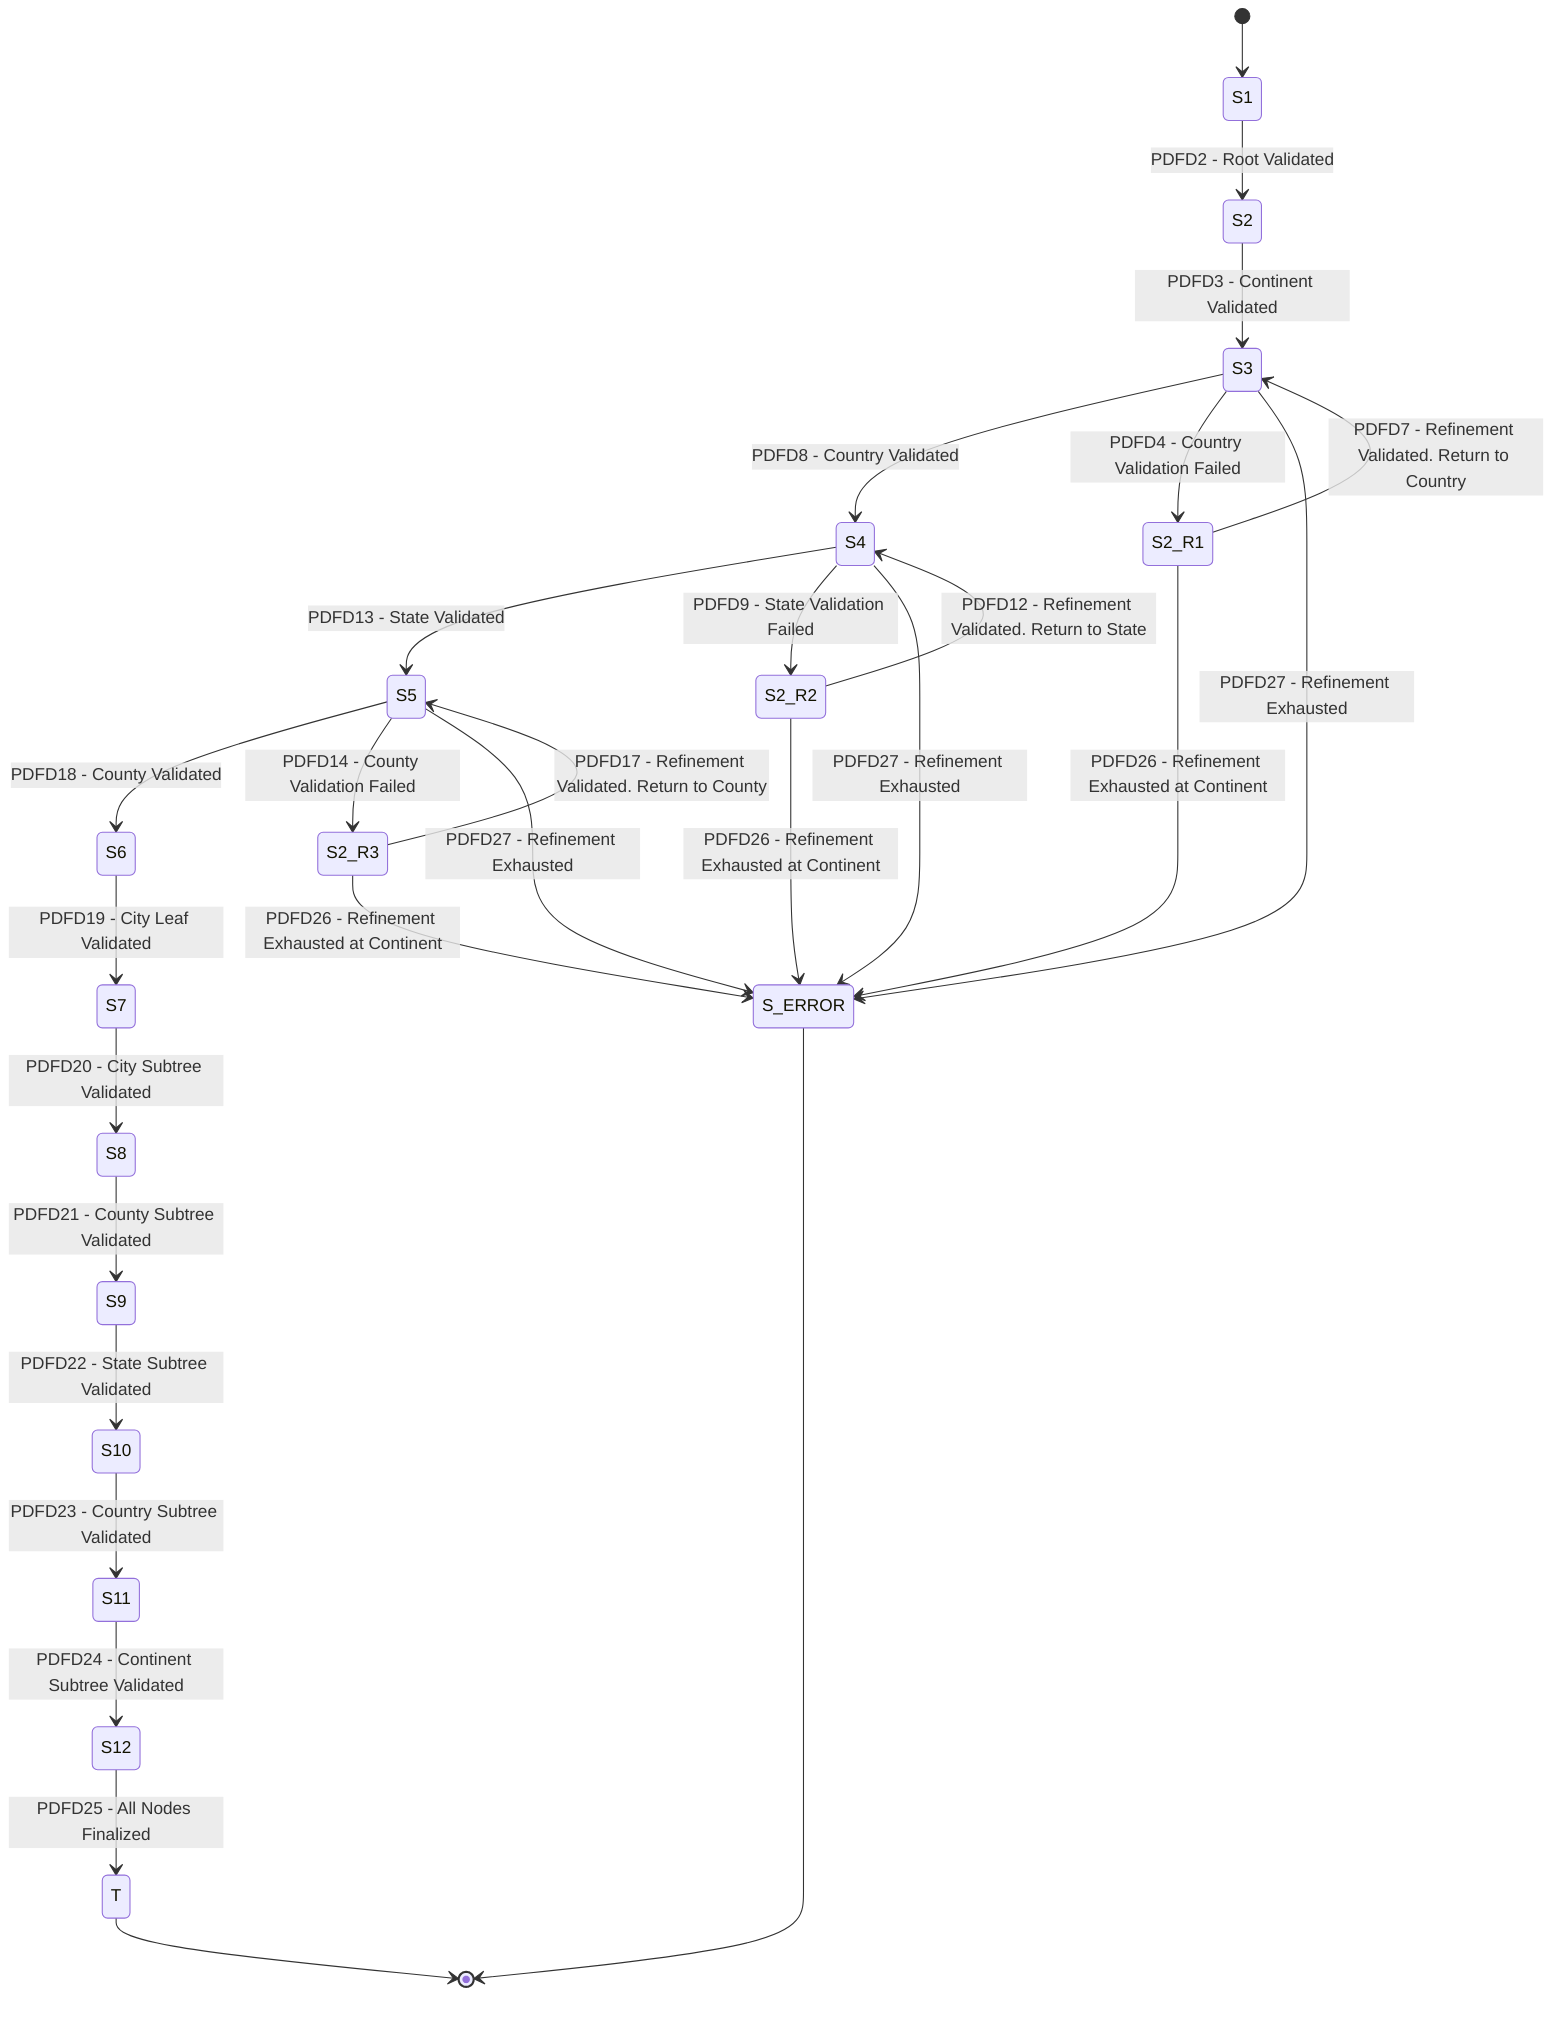
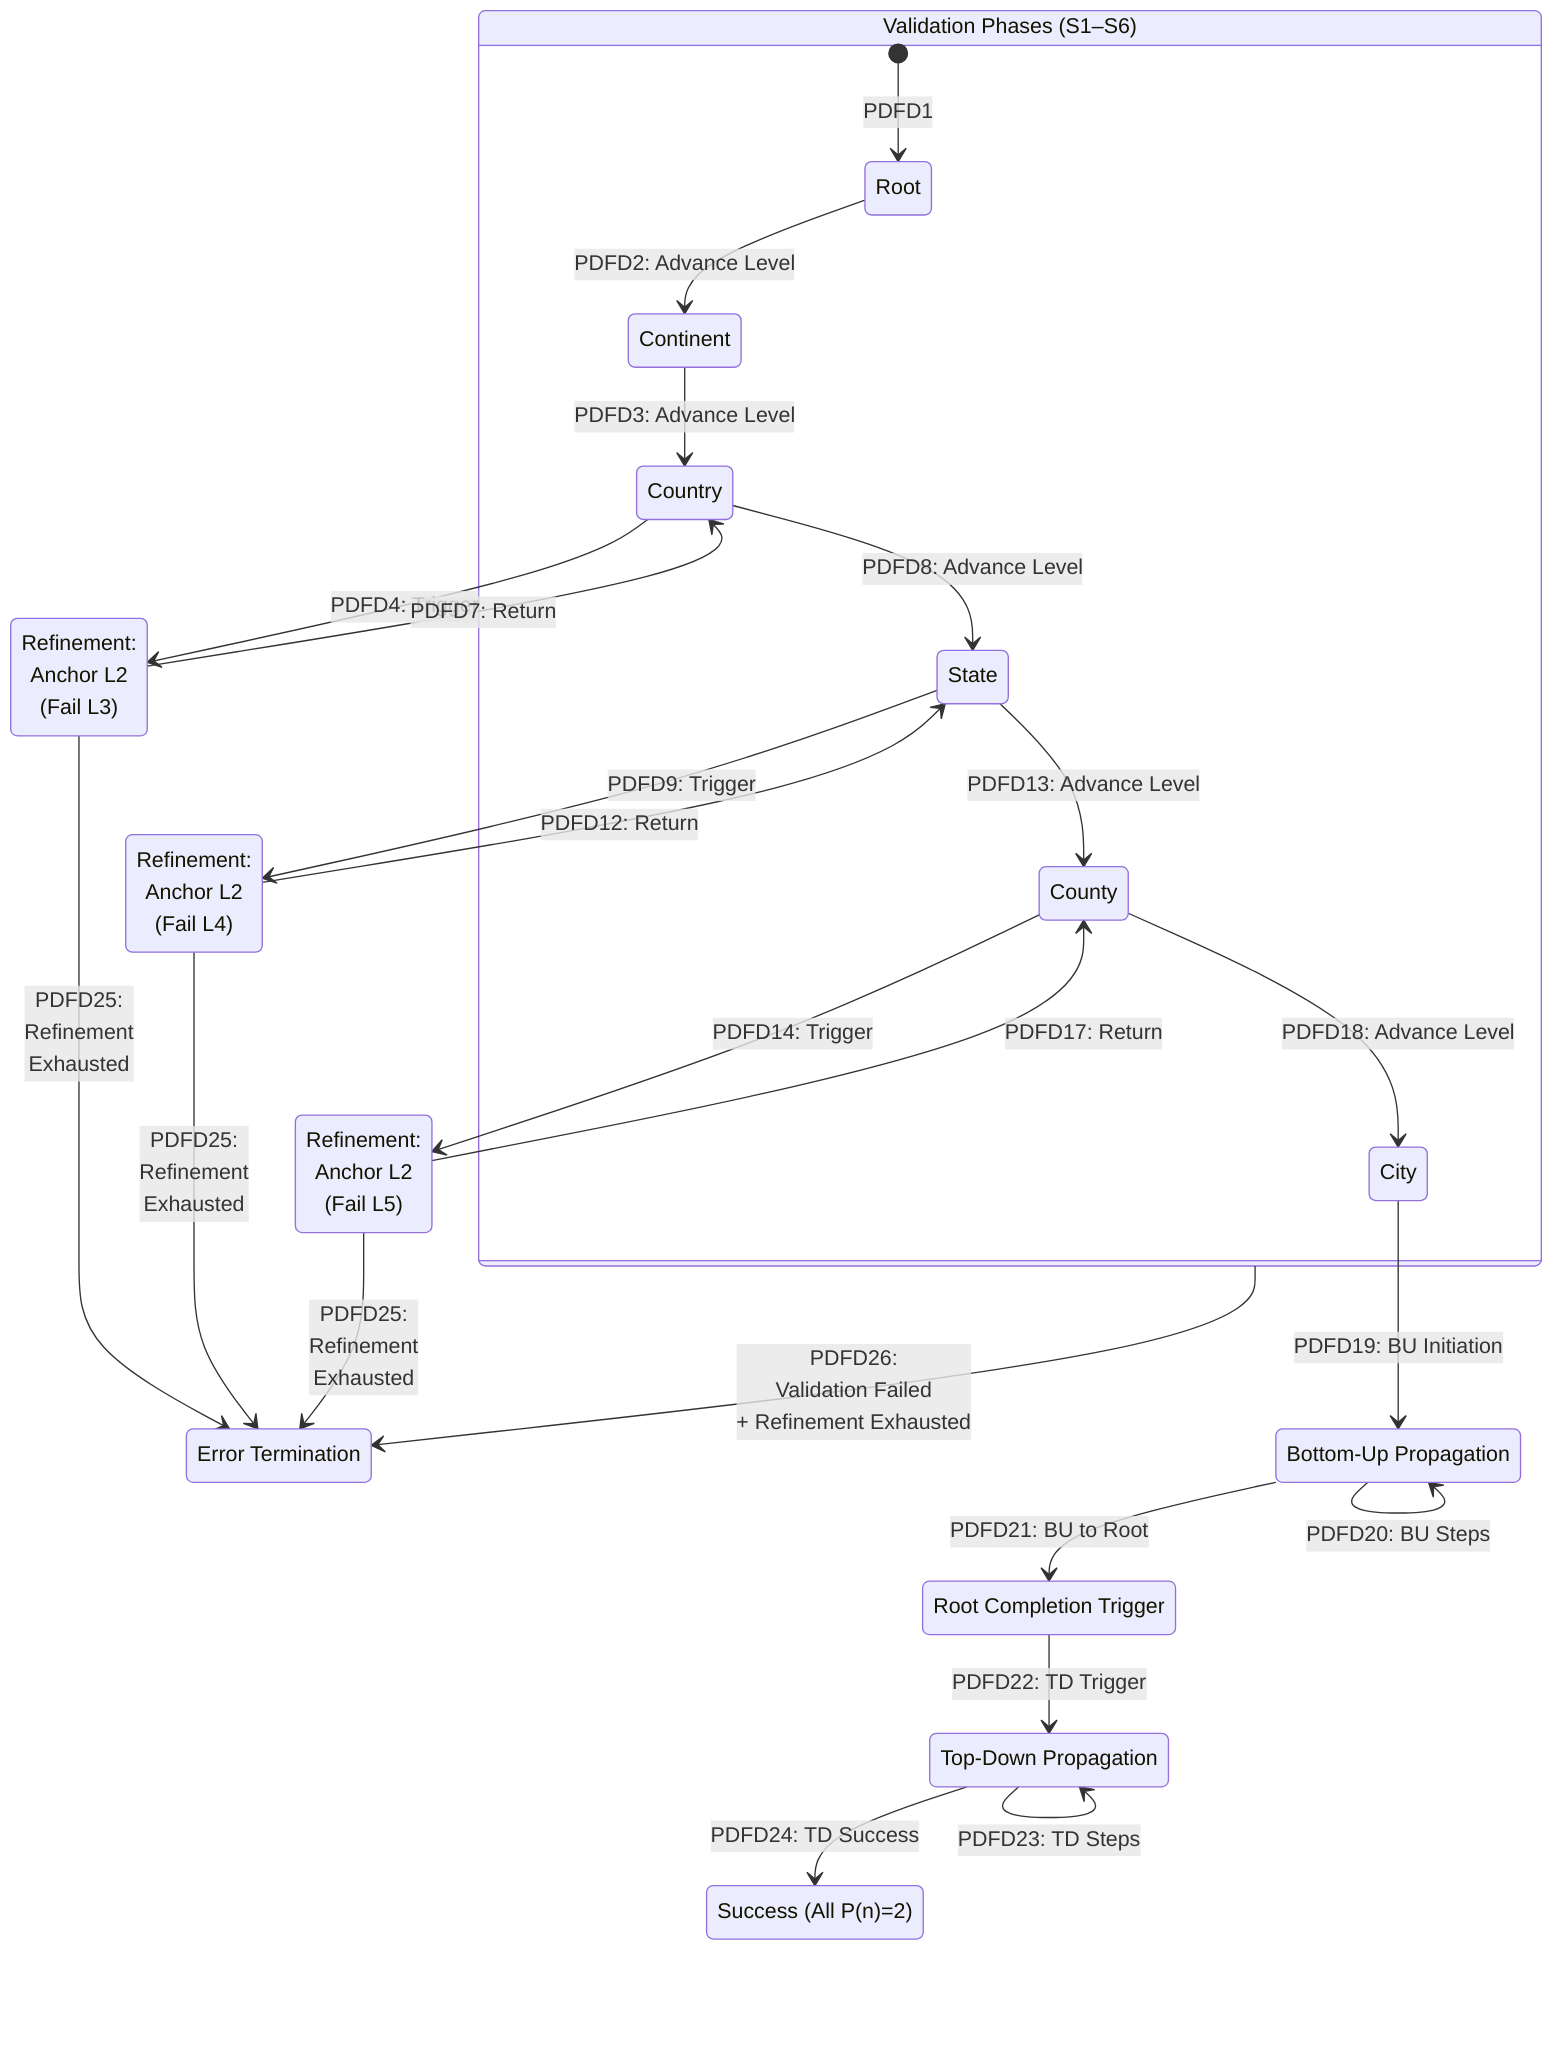
stateDiagram-v2
    direction TB
-     [*] --> S1
-     state S1: Process & Validate Level 1 (Root)
-     S1 --> S2: PDFD2 - Root Validated

-     state S2: Process & Validate Level 2 (Continent)
-     S2 --> S3: PDFD3 - Continent Validated
+     %% Forward Progression
+     state "Validation Phases (S1–S6)" as Val {
+         S1: Root
+         S2: Continent
+         S3: Country
+         S4: State
+         S5: County
+         S6: City
+         [*] --> S1: PDFD1
+         S1 --> S2: PDFD2: Advance Level
+         S2 --> S3: PDFD3: Advance Level
+         S3 --> S4: PDFD8: Advance Level
+         S4 --> S5: PDFD13: Advance Level
+         S5 --> S6: PDFD18: Advance Level
+     }

-     state S3: Process & Validate Level 3 (Country)
-     S3 --> S4: PDFD8 - Country Validated
-     S3 --> S2_R1: PDFD4 - Country Validation Failed
-     S3 --> S_ERROR: PDFD27 - Refinement Exhausted
+     %% Refinement States
+     state "Refinement: <br/>Anchor L2 <br/>(Fail L3)" as S2_R1
+     state "Refinement: <br/>Anchor L2 <br/>(Fail L4)" as S2_R2
+     state "Refinement: <br/>Anchor L2 <br/>(Fail L5)" as S2_R3

-     state S2_R1: Refine Levels 2-3 (Continent anchor. Country failure)
-     S2_R1 --> S3: PDFD7 - Refinement Validated. Return to Country
-     S2_R1 --> S_ERROR: PDFD26 - Refinement Exhausted at Continent
+     S3 --> S2_R1: PDFD4: Trigger
+     S2_R1 --> S3: PDFD7: Return
+     S4 --> S2_R2: PDFD9: Trigger
+     S2_R2 --> S4: PDFD12: Return
+     S5 --> S2_R3: PDFD14: Trigger
+     S2_R3 --> S5: PDFD17: Return

-     state S4: Process & Validate Level 4 (State)
-     S4 --> S5: PDFD13 - State Validated
-     S4 --> S2_R2: PDFD9 - State Validation Failed
-     S4 --> S_ERROR: PDFD27 - Refinement Exhausted
+     %% Error Paths
+     Val --> S_ERROR: PDFD26:<br/>Validation Failed <br/>+ Refinement Exhausted
+     S2_R1 --> S_ERROR: PDFD25:<br/>Refinement <br/>Exhausted
+     S2_R2 --> S_ERROR: PDFD25:<br/>Refinement <br/>Exhausted
+     S2_R3 --> S_ERROR: PDFD25:<br/>Refinement <br/>Exhausted

-     state S2_R2: Refine Levels 2-4 (Continent anchor. State failure)
-     S2_R2 --> S4: PDFD12 - Refinement Validated. Return to State
-     S2_R2 --> S_ERROR: PDFD26 - Refinement Exhausted at Continent
+     %% Completion Phases
+     S6 --> S7: PDFD19: BU Initiation

-     state S5: Process & Validate Level 5 (County)
-     S5 --> S6: PDFD18 - County Validated
-     S5 --> S2_R3: PDFD14 - County Validation Failed
-     S5 --> S_ERROR: PDFD27 - Refinement Exhausted
+     state "Bottom-Up Propagation" as S7
+     S7 --> S7: PDFD20: BU Steps
+     S7 --> S8: PDFD21: BU to Root

-     state S2_R3: Refine Levels 2-5 (Continent anchor. County failure)
-     S2_R3 --> S5: PDFD17 - Refinement Validated. Return to County
-     S2_R3 --> S_ERROR: PDFD26 - Refinement Exhausted at Continent
+     state "Root Completion Trigger" as S8
+     S8 --> S9: PDFD22: TD Trigger

-     state S6: Process & Validate Level 6 (City)
-     S6 --> S7: PDFD19 - City Leaf Validated
+     state "Top-Down Propagation" as S9
+     S9 --> S9: PDFD23: TD Steps
+     S9 --> T: PDFD24: TD Success

-     state S7: Bottom-Up Completion Level 6 (City)
-     S7 --> S8: PDFD20 - City Subtree Validated
- 
-     state S8: Bottom-Up Completion Level 5 (County)
-     S8 --> S9: PDFD21 - County Subtree Validated
- 
-     state S9: Bottom-Up Completion Level 4 (State)
-     S9 --> S10: PDFD22 - State Subtree Validated
- 
-     state S10: Bottom-Up Completion Level 3 (Country)
-     S10 --> S11: PDFD23 - Country Subtree Validated
- 
-     state S11: Bottom-Up Completion Level 2 (Continent)
-     S11 --> S12: PDFD24 - Continent Subtree Validated
- 
-     state S12: Top-Down Completion (Root)
-     S12 --> T: PDFD25 - All Nodes Finalized
- 
-     state T: Success - All nodes P(n)=2
-     T --> [*]
- 
-     state S_ERROR: Terminate on Failure (S5)
-     S_ERROR --> [*]
+     %% Terminals
+     state "Success (All P(n)=2)" as T
+     state "Error Termination" as S_ERROR
